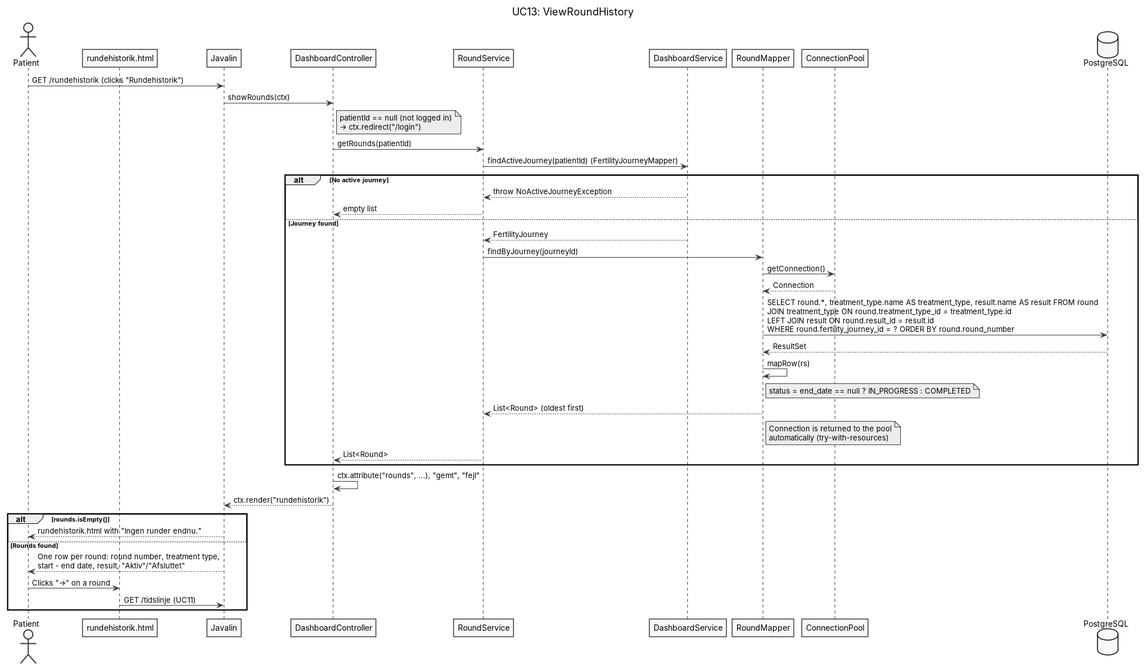
BesimaP/Simpl-PET-project keeps this PlantUML diagram as doc/dynamic/UC13 - ViewRoundHistory.png. Above is the earlier version. Its source is kept beside it as doc/dynamic/UC13 - ViewRoundHistory.puml.
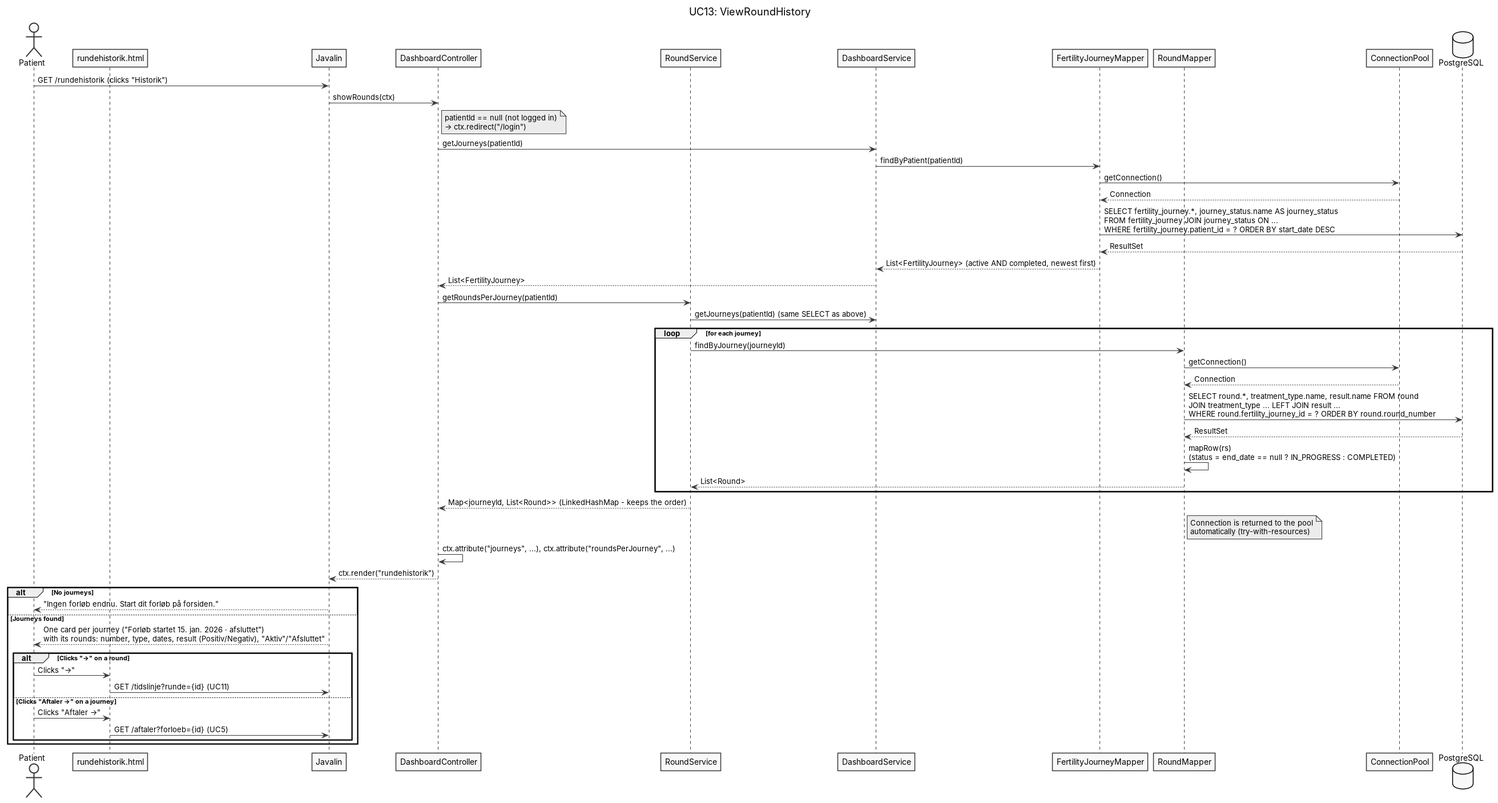
After the change.

What changed in the source:
```diff
@@ -12,42 +12,52 @@
 participant "DashboardController" as c
 participant "RoundService" as s
 participant "DashboardService" as ds
+participant "FertilityJourneyMapper" as fm
 participant "RoundMapper" as rm
 participant "ConnectionPool" as cp
 database "PostgreSQL" as db
 
-u -> j : GET /rundehistorik (clicks "Rundehistorik")
+u -> j : GET /rundehistorik (clicks "Historik")
 j -> c : showRounds(ctx)
 note right of c : patientId == null (not logged in)\n→ ctx.redirect("/login")
-c -> s : getRounds(patientId)
-s -> ds : findActiveJourney(patientId) (FertilityJourneyMapper)
 
-alt No active journey
-  ds --> s : throw NoActiveJourneyException
-  s --> c : empty list
-else Journey found
-  ds --> s : FertilityJourney
+c -> ds : getJourneys(patientId)
+ds -> fm : findByPatient(patientId)
+fm -> cp : getConnection()
+cp --> fm : Connection
+fm -> db : SELECT fertility_journey.*, journey_status.name AS journey_status\nFROM fertility_journey JOIN journey_status ON ...\nWHERE fertility_journey.patient_id = ? ORDER BY start_date DESC
+db --> fm : ResultSet
+fm --> ds : List<FertilityJourney> (active AND completed, newest first)
+ds --> c : List<FertilityJourney>
+
+c -> s : getRoundsPerJourney(patientId)
+s -> ds : getJourneys(patientId) (same SELECT as above)
+loop for each journey
   s -> rm : findByJourney(journeyId)
   rm -> cp : getConnection()
   cp --> rm : Connection
-  rm -> db : SELECT round.*, treatment_type.name AS treatment_type, result.name AS result FROM round\nJOIN treatment_type ON round.treatment_type_id = treatment_type.id\nLEFT JOIN result ON round.result_id = result.id\nWHERE round.fertility_journey_id = ? ORDER BY round.round_number
+  rm -> db : SELECT round.*, treatment_type.name, result.name FROM round\nJOIN treatment_type ... LEFT JOIN result ...\nWHERE round.fertility_journey_id = ? ORDER BY round.round_number
   db --> rm : ResultSet
-  rm -> rm : mapRow(rs)
-  note right of rm : status = end_date == null ? IN_PROGRESS : COMPLETED
-  rm --> s : List<Round> (oldest first)
-  note right of rm : Connection is returned to the pool\nautomatically (try-with-resources)
-  s --> c : List<Round>
+  rm -> rm : mapRow(rs)\n(status = end_date == null ? IN_PROGRESS : COMPLETED)
+  rm --> s : List<Round>
 end
+s --> c : Map<journeyId, List<Round>> (LinkedHashMap – keeps the order)
+note right of rm : Connection is returned to the pool\nautomatically (try-with-resources)
 
-c -> c : ctx.attribute("rounds", ...), "gemt", "fejl"
+c -> c : ctx.attribute("journeys", ...), ctx.attribute("roundsPerJourney", ...)
 c --> j : ctx.render("rundehistorik")
 
-alt rounds.isEmpty()
-  j --> u : rundehistorik.html with "Ingen runder endnu."
-else Rounds found
-  j --> u : One row per round: round number, treatment type,\nstart – end date, result, "Aktiv"/"Afsluttet"
-  u -> v : Clicks "→" on a round
-  v -> j : GET /tidslinje (UC11)
+alt No journeys
+  j --> u : "Ingen forløb endnu. Start dit forløb på forsiden."
+else Journeys found
+  j --> u : One card per journey ("Forløb startet 15. jan. 2026 · afsluttet")\nwith its rounds: number, type, dates, result (Positiv/Negativ), "Aktiv"/"Afsluttet"
+  alt Clicks "→" on a round
+    u -> v : Clicks "→"
+    v -> j : GET /tidslinje?runde={id} (UC11)
+  else Clicks "Aftaler →" on a journey
+    u -> v : Clicks "Aftaler →"
+    v -> j : GET /aftaler?forloeb={id} (UC5)
+  end
 end
 
 @enduml
```
